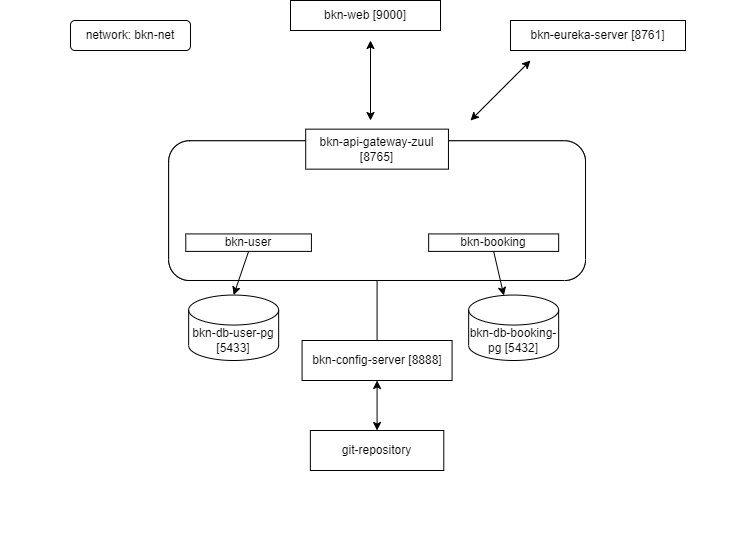
This is booking-ms-architecture.png from fernandooliveira19/bookings-architecture-diagram, a draw.io export, as it was before one commit. Source tidied: cells renumbered, new cells last; positions are measured from the earlier drawing's top-left corner, leaving out a move shared by most shapes.
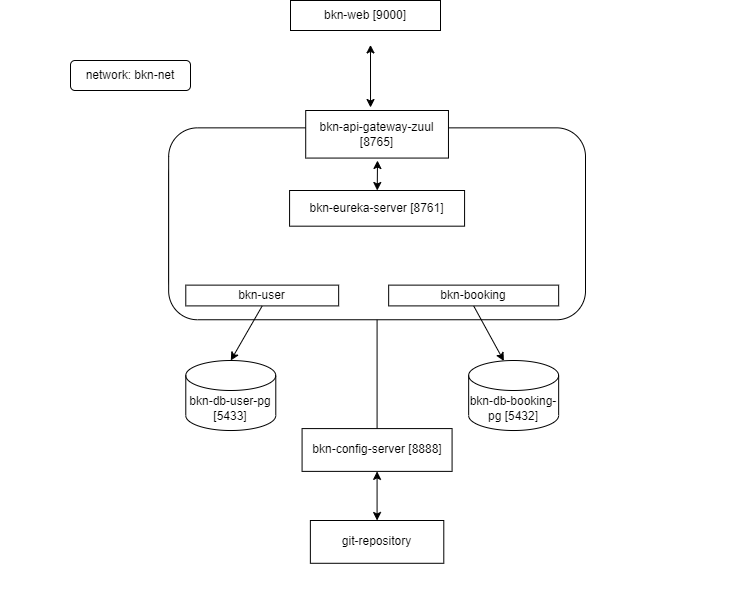
After the change.

The edit, as a diff of the source:
```diff
@@ -2,80 +2,78 @@
   <root>
     <mxCell id="0" />
     <mxCell id="1" parent="0" />
-    <mxCell id="2" value="bkn-eureka-server [8761]" style="rounded=0;whiteSpace=wrap;html=1;" parent="1" vertex="1">
-      <mxGeometry x="510" y="20" width="175" height="30" as="geometry" />
-    </mxCell>
     <mxCell id="3" style="group;" parent="1" vertex="1">
-      <mxGeometry y="120" width="730" height="430" as="geometry" />
+      <mxGeometry y="90" width="730" height="460" as="geometry" />
     </mxCell>
     <mxCell id="4" style="group;" parent="3" vertex="1">
-      <mxGeometry x="145" y="-50" width="440" height="328.6" as="geometry" />
+      <mxGeometry x="145" y="-53.5" width="440" height="351.6" as="geometry" />
     </mxCell>
     <mxCell id="5" style="group;" parent="4" vertex="1">
-      <mxGeometry x="23.2" y="58.6" width="416.8" height="251.3" as="geometry" />
+      <mxGeometry x="23.2" y="62.7" width="416.8" height="268.9" as="geometry" />
     </mxCell>
     <mxCell id="6" style="rounded=1;whiteSpace=wrap;html=1;" parent="5" vertex="1">
-      <mxGeometry y="11.6" width="416.8" height="139.7" as="geometry" />
+      <mxGeometry y="12.5" width="416.8" height="149.4" as="geometry" />
     </mxCell>
     <mxCell id="7" style="group;" parent="5" vertex="1">
-      <mxGeometry width="416.8" height="251.3" as="geometry" />
+      <mxGeometry width="416.8" height="268.9" as="geometry" />
     </mxCell>
     <mxCell id="8" style="group;" parent="7" vertex="1">
-      <mxGeometry width="416.8" height="151.3" as="geometry" />
+      <mxGeometry width="416.8" height="180" as="geometry" />
     </mxCell>
     <mxCell id="9" style="rounded=1;whiteSpace=wrap;html=1;" parent="8" vertex="1">
-      <mxGeometry y="11.6" width="416.8" height="139.7" as="geometry" />
+      <mxGeometry y="-11.9" width="416.8" height="191.9" as="geometry" />
     </mxCell>
-    <mxCell id="10" value="bkn-api-gateway-zuul [8765]" style="rounded=0;whiteSpace=wrap;html=1;" parent="8" vertex="1">
-      <mxGeometry x="137" width="142.8" height="40" as="geometry" />
-    </mxCell>
     <mxCell id="11" value="bkn-user" style="rounded=0;whiteSpace=wrap;html=1;" parent="8" vertex="1">
-      <mxGeometry x="17.1" y="104.8" width="125.6" height="17.5" as="geometry" />
+      <mxGeometry x="17.1" y="145.4" width="152.9" height="20.8" as="geometry" />
     </mxCell>
     <mxCell id="12" value="bkn-booking" style="rounded=0;whiteSpace=wrap;html=1;" parent="8" vertex="1">
-      <mxGeometry x="260" y="104.8" width="130" height="17.5" as="geometry" />
+      <mxGeometry x="220" y="145.4" width="170" height="20.8" as="geometry" />
     </mxCell>
+    <mxCell id="2" value="bkn-eureka-server [8761]" style="rounded=0;whiteSpace=wrap;html=1;" parent="8" vertex="1">
+      <mxGeometry x="120.9" y="50.7" width="175" height="35.7" as="geometry" />
+    </mxCell>
     <mxCell id="13" value="bkn-db-booking-pg [5432]" style="shape=cylinder3;whiteSpace=wrap;html=1;boundedLbl=1;backgroundOutline=1;size=15;" parent="7" vertex="1">
-      <mxGeometry x="300" y="165.9" width="90" height="65.5" as="geometry" />
+      <mxGeometry x="300" y="220.7" width="90" height="70" as="geometry" />
     </mxCell>
     <mxCell id="14" style="endArrow=classic;html=1;entryX=0.391;entryY=0.007;entryDx=0;entryDy=0;entryPerimeter=0;exitX=0.5;exitY=1;exitDx=0;exitDy=0;" parent="7" edge="1" source="12" target="13">
       <mxGeometry relative="1" as="geometry" />
     </mxCell>
     <mxCell id="15" value="bkn-db-user-pg [5433]" style="shape=cylinder3;whiteSpace=wrap;html=1;boundedLbl=1;backgroundOutline=1;size=15;" parent="7" vertex="1">
-      <mxGeometry x="20" y="165.9" width="90" height="65.5" as="geometry" />
+      <mxGeometry x="17.1" y="220.7" width="90" height="70" as="geometry" />
     </mxCell>
     <mxCell id="16" style="endArrow=classic;html=1;entryX=0.5;entryY=0;entryDx=0;entryDy=0;entryPerimeter=0;exitX=0.5;exitY=1;exitDx=0;exitDy=0;" parent="7" edge="1" source="11" target="15">
       <mxGeometry relative="1" as="geometry" />
     </mxCell>
+    <mxCell id="19" style="endArrow=classic;startArrow=classic;html=1;rounded=0;exitX=0.454;exitY=-0.063;exitDx=0;exitDy=0;exitPerimeter=0;" parent="4" edge="1" source="10">
+      <mxGeometry relative="1" as="geometry">
+        <mxPoint x="225" y="-32.1" as="targetPoint" />
+      </mxGeometry>
+    </mxCell>
+    <mxCell id="10" value="bkn-api-gateway-zuul [8765]" style="rounded=0;whiteSpace=wrap;html=1;" parent="4" vertex="1">
+      <mxGeometry x="160.2" y="33.5" width="142.8" height="47.6" as="geometry" />
+    </mxCell>
+    <mxCell id="21" value="git-repository" style="rounded=0;whiteSpace=wrap;html=1;" parent="3" vertex="1">
+      <mxGeometry x="309.9" y="390" width="133.4" height="42.8" as="geometry" />
+    </mxCell>
+    <mxCell id="22" style="endArrow=classic;startArrow=classic;html=1;entryX=0.5;entryY=1;entryDx=0;entryDy=0;exitX=0.5;exitY=0;exitDx=0;exitDy=0;" parent="3" edge="1" source="21" target="17">
+      <mxGeometry relative="1" as="geometry" />
+    </mxCell>
-    <mxCell id="17" value="bkn-config-server [8888]" style="rounded=0;whiteSpace=wrap;html=1;" parent="7" vertex="1">
-      <mxGeometry x="133.4" y="211.3" width="150" height="40" as="geometry" />
+    <mxCell id="17" value="bkn-config-server [8888]" style="rounded=0;whiteSpace=wrap;html=1;" parent="3" vertex="1">
+      <mxGeometry x="301.6" y="298.1" width="150" height="42.8" as="geometry" />
     </mxCell>
-    <mxCell id="18" style="endArrow=none;html=1;entryX=0.5;entryY=1;entryDx=0;entryDy=0;" parent="7" edge="1" source="17" target="9">
+    <mxCell id="18" style="endArrow=none;html=1;entryX=0.5;entryY=1;entryDx=0;entryDy=0;" parent="3" edge="1" source="17" target="9">
       <mxGeometry relative="1" as="geometry" />
     </mxCell>
-    <mxCell id="19" style="endArrow=classic;startArrow=classic;html=1;rounded=0;" parent="4" edge="1">
-      <mxGeometry relative="1" as="geometry">
-        <mxPoint x="225" y="50" as="sourcePoint" />
-        <mxPoint x="225" y="-30" as="targetPoint" />
-      </mxGeometry>
-    </mxCell>
-    <mxCell id="20" style="endArrow=classic;startArrow=classic;html=1;rounded=0;" parent="4" edge="1">
-      <mxGeometry relative="1" as="geometry">
-        <mxPoint x="325" y="50" as="sourcePoint" />
-        <mxPoint x="385" y="-10" as="targetPoint" />
-      </mxGeometry>
-    </mxCell>
-    <mxCell id="21" value="git-repository" style="rounded=0;whiteSpace=wrap;html=1;" parent="3" vertex="1">
-      <mxGeometry x="309.9" y="310" width="133.4" height="40" as="geometry" />
-    </mxCell>
-    <mxCell id="22" style="endArrow=classic;startArrow=classic;html=1;entryX=0.5;entryY=1;entryDx=0;entryDy=0;exitX=0.5;exitY=0;exitDx=0;exitDy=0;" parent="3" edge="1" source="21" target="17">
-      <mxGeometry relative="1" as="geometry" />
-    </mxCell>
     <mxCell id="23" value="network: bkn-net" style="rounded=1;whiteSpace=wrap;html=1;" parent="1" vertex="1">
       <mxGeometry x="70" y="20" width="120" height="30" as="geometry" />
     </mxCell>
     <mxCell id="24" value="bkn-web [9000]" style="rounded=0;whiteSpace=wrap;html=1;" parent="1" vertex="1">
-      <mxGeometry x="290" width="150" height="30" as="geometry" />
+      <mxGeometry x="290" y="-40" width="150" height="30" as="geometry" />
     </mxCell>
+    <mxCell id="25" style="endArrow=classic;startArrow=classic;html=1;rounded=0;" parent="1" edge="1" source="2">
+      <mxGeometry relative="1" as="geometry">
+        <mxPoint x="377" y="120" as="targetPoint" />
+      </mxGeometry>
+    </mxCell>
   </root>
 </mxGraphModel>
```
